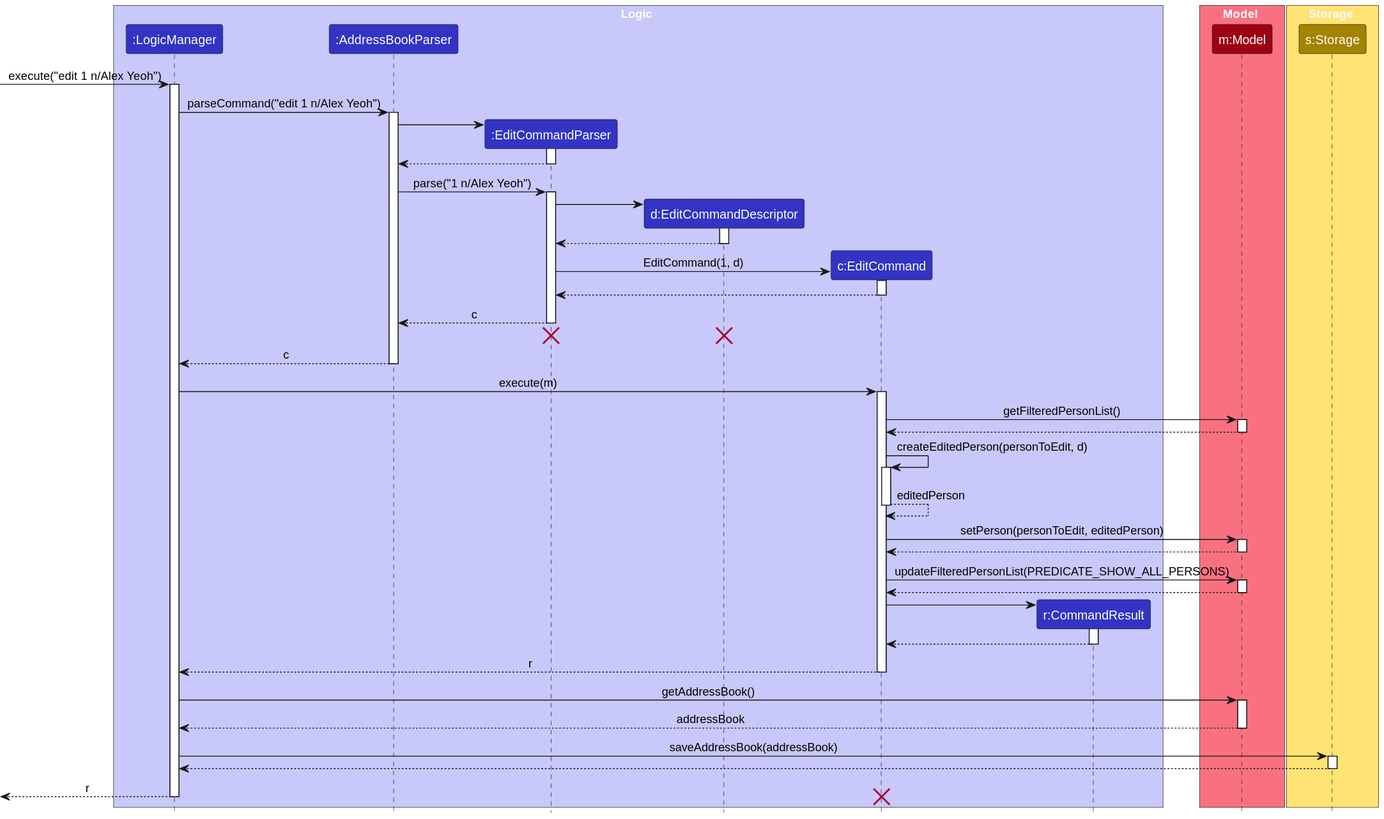
Above: docs/images/EditSequenceDiagram-Logic.svg in AY2324S2-CS2103-F15-1/tp (PlantUML), before the change. Its diagram source:
```plantuml
@startuml
!include style.puml
skinparam ArrowFontStyle plain

box Logic LOGIC_COLOR_T1
participant ":LogicManager" as LogicManager LOGIC_COLOR
participant ":AddressBookParser" as AddressBookParser LOGIC_COLOR
participant ":EditCommandParser" as EditCommandParser LOGIC_COLOR
participant "d:EditCommandDescriptor" as EditCommandDescriptor LOGIC_COLOR
participant "c:EditCommand" as EditCommand LOGIC_COLOR
participant "r:CommandResult" as CommandResult LOGIC_COLOR
end box

box Model MODEL_COLOR_T1
participant "m:Model" as Model MODEL_COLOR
participant "m:PersonList" as Model MODEL_COLOR
end box

box Storage STORAGE_COLOR_T1
participant "s:Storage" as Storage STORAGE_COLOR
end box

[-> LogicManager : execute("edit 1 n/Alex Yeoh")
activate LogicManager

LogicManager -> AddressBookParser : parseCommand("edit 1 n/Alex Yeoh")
activate AddressBookParser

create EditCommandParser
AddressBookParser -> EditCommandParser
activate EditCommandParser

EditCommandParser --> AddressBookParser
deactivate EditCommandParser

AddressBookParser -> EditCommandParser : parse("1 n/Alex Yeoh")
activate EditCommandParser

create EditCommandDescriptor
EditCommandParser -> EditCommandDescriptor
activate EditCommandDescriptor

EditCommandDescriptor --> EditCommandParser :
deactivate EditCommandDescriptor

create EditCommand
EditCommandParser -> EditCommand : EditCommand(1, d)
activate EditCommand

EditCommand --> EditCommandParser :
deactivate EditCommand

EditCommandParser --> AddressBookParser : c
deactivate EditCommandParser

EditCommandParser -[hidden]-> AddressBookParser
destroy EditCommandParser
destroy EditCommandDescriptor

AddressBookParser --> LogicManager : c
deactivate AddressBookParser

LogicManager -> EditCommand : execute(m)
activate EditCommand

EditCommand -> Model : getFilteredPersonList()
activate Model

Model --> EditCommand
deactivate Model

EditCommand -> EditCommand : createEditedPerson(personToEdit, d)
activate EditCommand

EditCommand --> EditCommand : editedPerson
deactivate EditCommand

EditCommand -> Model : setPerson(personToEdit, editedPerson)
activate Model

Model --> EditCommand :
deactivate Model

EditCommand -> Model : updateFilteredPersonList(PREDICATE_SHOW_ALL_PERSONS)
activate Model

Model --> EditCommand:
deactivate Model

create CommandResult
EditCommand -> CommandResult
activate CommandResult

CommandResult --> EditCommand
deactivate CommandResult

EditCommand --> LogicManager : r
deactivate EditCommand

LogicManager -> Model : getAddressBook()
activate Model

Model --> LogicManager : addressBook
deactivate Model

LogicManager -> Storage : saveAddressBook(addressBook)
activate Storage

Storage --> LogicManager :
deactivate Storage

[<--LogicManager : r
deactivate LogicManager

destroy EditCommand
@enduml
```
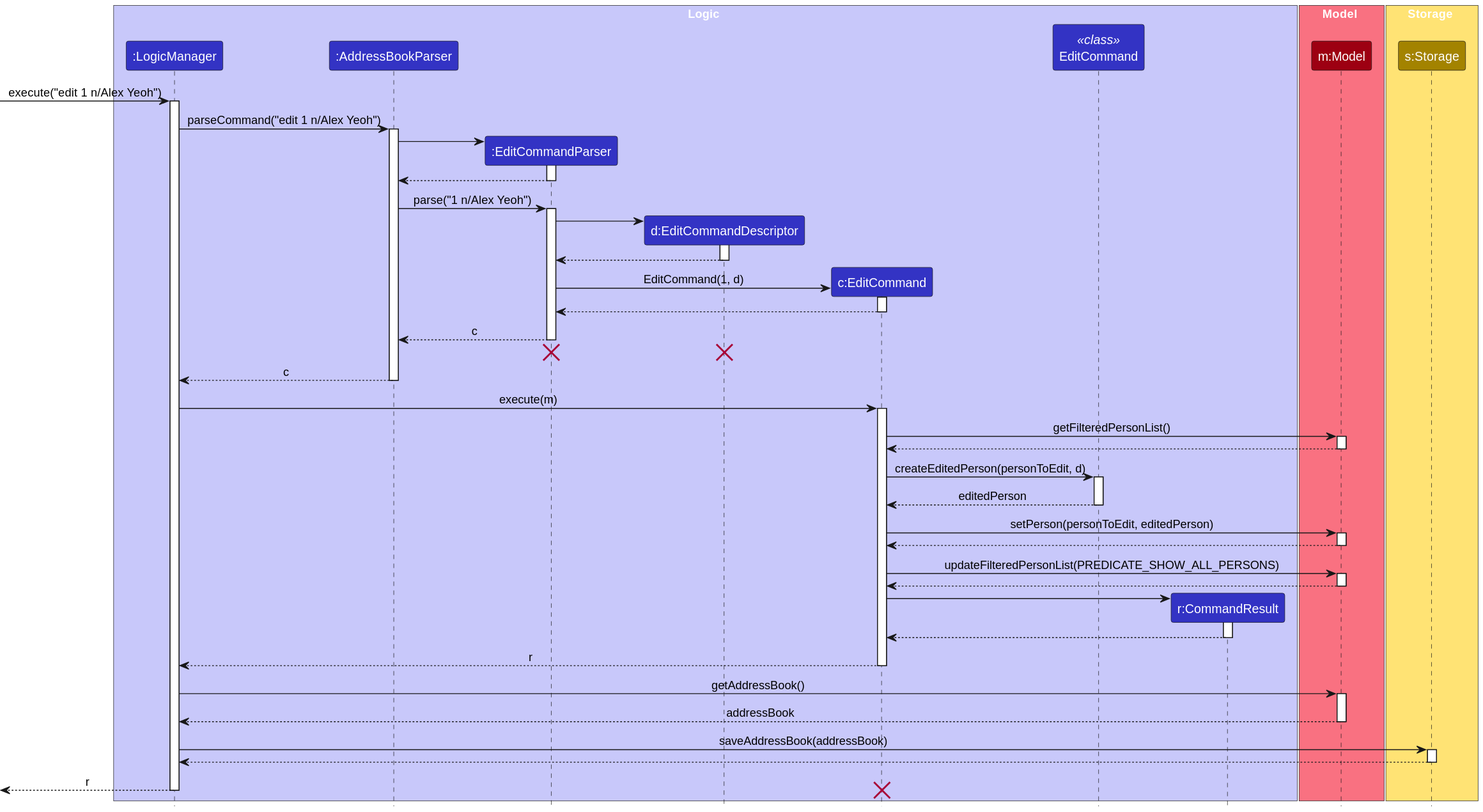
Later version of the same file.

Change to the diagram source:
```diff
@@ -8,6 +8,7 @@
 participant ":EditCommandParser" as EditCommandParser LOGIC_COLOR
 participant "d:EditCommandDescriptor" as EditCommandDescriptor LOGIC_COLOR
 participant "c:EditCommand" as EditCommand LOGIC_COLOR
+participant "EditCommand" as EditCommandStatic <<class>> LOGIC_COLOR
 participant "r:CommandResult" as CommandResult LOGIC_COLOR
 end box
 
@@ -69,11 +70,11 @@
 Model --> EditCommand
 deactivate Model
 
-EditCommand -> EditCommand : createEditedPerson(personToEdit, d)
-activate EditCommand
+EditCommand -> EditCommandStatic : createEditedPerson(personToEdit, d)
+activate EditCommandStatic
 
-EditCommand --> EditCommand : editedPerson
-deactivate EditCommand
+EditCommandStatic --> EditCommand : editedPerson
+deactivate EditCommandStatic
 
 EditCommand -> Model : setPerson(personToEdit, editedPerson)
 activate Model
```
